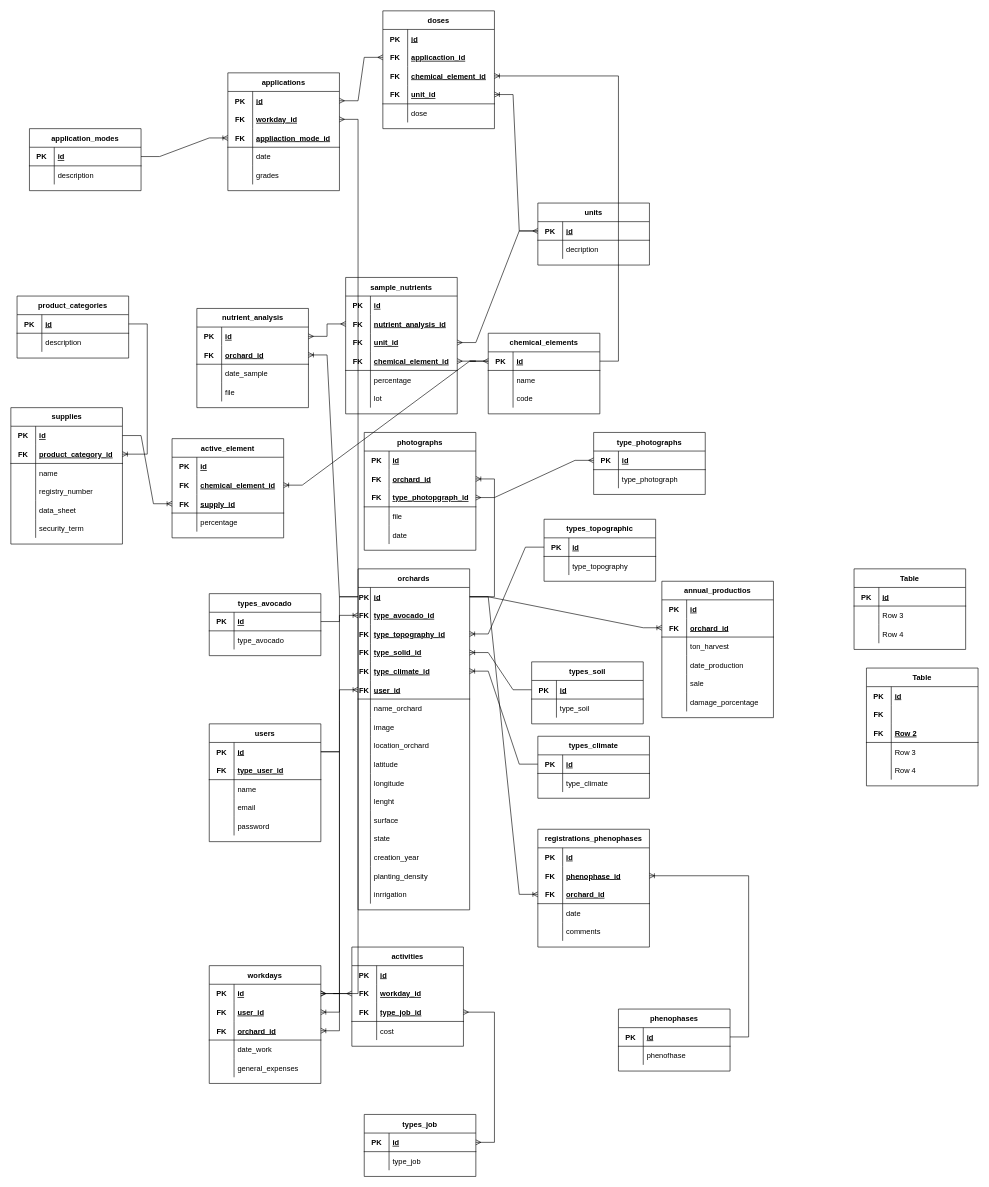
Above: dev_gestion:cultivos.drawio in harlock/Diagramas (draw.io), before the change. Source tidied: cells renumbered, new cells numbered last; positions are measured from the earlier drawing's top-left corner, leaving out a move shared by most shapes. Both pictures are drawn from the tidied source at 62%, with x=0, y=0 at pixel (11, 11).
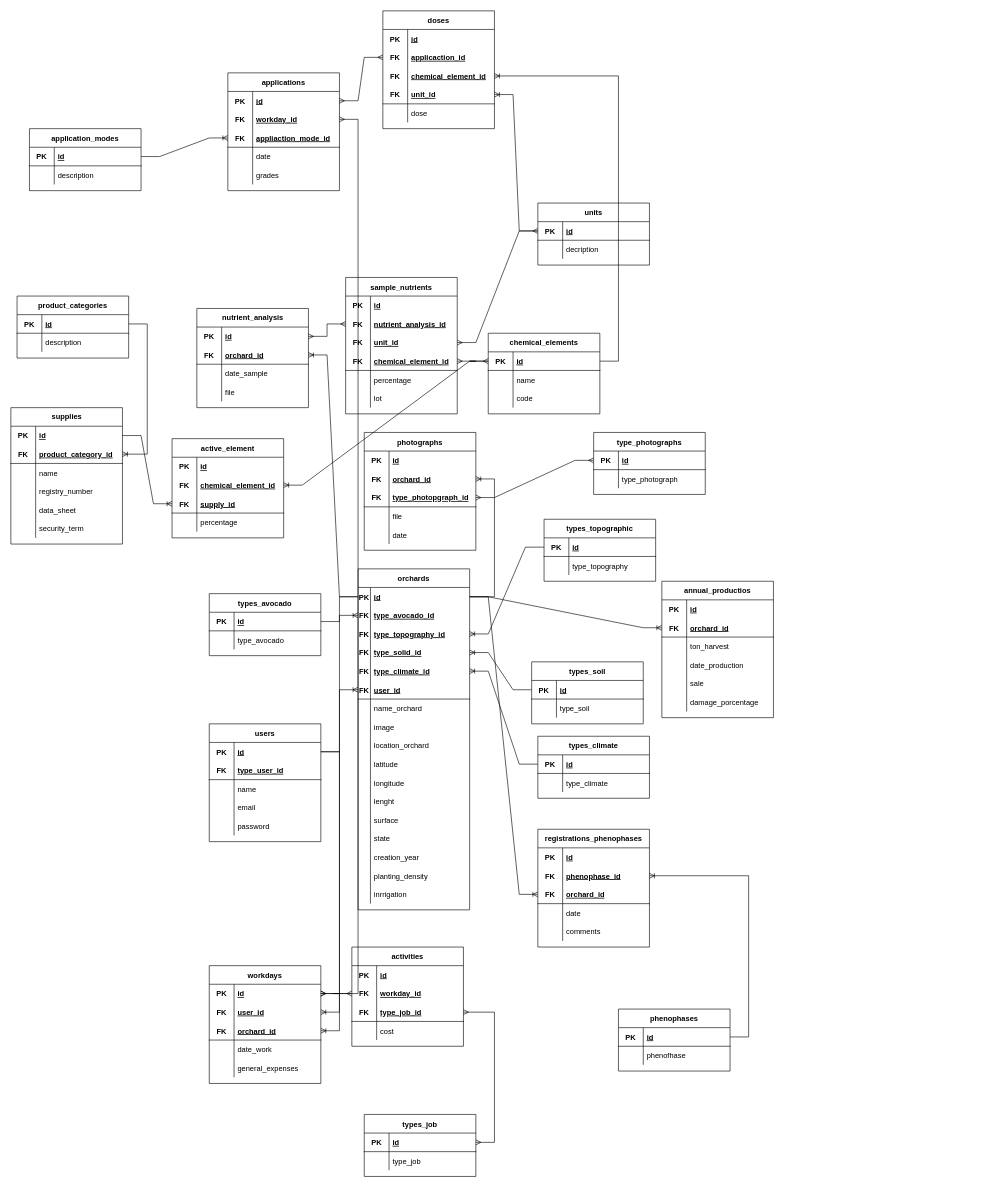
The same page after the edit.

Diff of the diagram source:
```diff
@@
-    <mxCell id="18" value="Table" style="shape=table;startSize=30;childLayout=tableLayout;rowLines=0;fontStyle=1;align=center;fontSize=12;verticalAlign=middle;spacing=0;spacingTop=0;" parent="1" vertex="1">
-      <mxGeometry x="1380" y="1060" width="180" height="190" as="geometry" />
-    </mxCell>
-    <mxCell id="19" style="shape=tableRow;horizontal=0;startSize=0;swimlaneHead=0;swimlaneBody=0;fillColor=none;top=0;left=0;right=0;bottom=0;fontSize=12;verticalAlign=middle;spacing=0;spacingTop=0;" parent="18" vertex="1">
-      <mxGeometry y="30" width="180" height="30" as="geometry" />
-    </mxCell>
-    <mxCell id="20" value="PK" style="shape=partialRectangle;fillColor=none;top=0;left=0;bottom=0;right=0;fontStyle=1;overflow=hidden;fontSize=12;verticalAlign=middle;spacing=0;spacingTop=0;" parent="19" vertex="1">
-      <mxGeometry width="40" height="30" as="geometry" />
-    </mxCell>
-    <mxCell id="21" value="id" style="shape=partialRectangle;fillColor=none;top=0;left=0;bottom=0;right=0;align=left;spacingLeft=6;fontStyle=5;overflow=hidden;fontSize=12;verticalAlign=middle;spacing=0;spacingTop=0;" parent="19" vertex="1">
-      <mxGeometry x="40" width="140" height="30" as="geometry" />
-    </mxCell>
-    <mxCell id="22" style="shape=tableRow;horizontal=0;startSize=0;swimlaneHead=0;swimlaneBody=0;fillColor=none;top=0;left=0;right=0;bottom=0;fontSize=12;verticalAlign=middle;spacing=0;spacingTop=0;" parent="18" vertex="1">
-      <mxGeometry y="60" width="180" height="30" as="geometry" />
-    </mxCell>
-    <mxCell id="23" value="FK" style="shape=partialRectangle;fillColor=none;top=0;left=0;bottom=0;right=0;fontStyle=1;overflow=hidden;fontSize=12;verticalAlign=middle;spacing=0;spacingTop=0;" parent="22" vertex="1">
-      <mxGeometry width="40" height="30" as="geometry" />
-    </mxCell>
-    <mxCell id="24" style="shape=partialRectangle;fillColor=none;top=0;left=0;bottom=0;right=0;align=left;spacingLeft=6;fontStyle=5;overflow=hidden;fontSize=12;verticalAlign=middle;spacing=0;spacingTop=0;" parent="22" vertex="1">
-      <mxGeometry x="40" width="140" height="30" as="geometry" />
-    </mxCell>
-    <mxCell id="25" style="shape=tableRow;horizontal=0;startSize=0;swimlaneHead=0;swimlaneBody=0;fillColor=none;top=0;left=0;right=0;bottom=1;fontSize=12;verticalAlign=middle;spacing=0;spacingTop=0;" parent="18" vertex="1">
-      <mxGeometry y="90" width="180" height="30" as="geometry" />
-    </mxCell>
-    <mxCell id="26" value="FK" style="shape=partialRectangle;fillColor=none;top=0;left=0;bottom=0;right=0;fontStyle=1;overflow=hidden;fontSize=12;verticalAlign=middle;spacing=0;spacingTop=0;" parent="25" vertex="1">
-      <mxGeometry width="40" height="30" as="geometry" />
-    </mxCell>
-    <mxCell id="27" value="Row 2" style="shape=partialRectangle;fillColor=none;top=0;left=0;bottom=0;right=0;align=left;spacingLeft=6;fontStyle=5;overflow=hidden;fontSize=12;verticalAlign=middle;spacing=0;spacingTop=0;" parent="25" vertex="1">
-      <mxGeometry x="40" width="140" height="30" as="geometry" />
-    </mxCell>
-    <mxCell id="28" style="shape=tableRow;horizontal=0;startSize=0;swimlaneHead=0;swimlaneBody=0;fillColor=none;top=0;left=0;right=0;bottom=0;fontSize=12;verticalAlign=middle;spacing=0;spacingTop=0;" parent="18" vertex="1">
-      <mxGeometry y="120" width="180" height="30" as="geometry" />
-    </mxCell>
-    <mxCell id="29" style="shape=partialRectangle;fillColor=none;top=0;left=0;bottom=0;right=0;overflow=hidden;fontSize=12;verticalAlign=middle;spacing=0;spacingTop=0;" parent="28" vertex="1">
-      <mxGeometry width="40" height="30" as="geometry" />
-    </mxCell>
-    <mxCell id="30" value="Row 3" style="shape=partialRectangle;fillColor=none;top=0;left=0;bottom=0;right=0;align=left;spacingLeft=6;overflow=hidden;fontSize=12;verticalAlign=middle;spacing=0;spacingTop=0;" parent="28" vertex="1">
-      <mxGeometry x="40" width="140" height="30" as="geometry" />
-    </mxCell>
-    <mxCell id="31" style="shape=tableRow;horizontal=0;startSize=0;swimlaneHead=0;swimlaneBody=0;fillColor=none;top=0;left=0;right=0;bottom=0;fontSize=12;verticalAlign=middle;spacing=0;spacingTop=0;" parent="18" vertex="1">
-      <mxGeometry y="150" width="180" height="30" as="geometry" />
-    </mxCell>
-    <mxCell id="32" style="shape=partialRectangle;fillColor=none;top=0;left=0;bottom=0;right=0;overflow=hidden;fontSize=12;verticalAlign=middle;spacing=0;spacingTop=0;" parent="31" vertex="1">
-      <mxGeometry width="40" height="30" as="geometry" />
-    </mxCell>
-    <mxCell id="33" value="Row 4" style="shape=partialRectangle;fillColor=none;top=0;left=0;bottom=0;right=0;align=left;spacingLeft=6;overflow=hidden;fontSize=12;verticalAlign=middle;spacing=0;spacingTop=0;" parent="31" vertex="1">
-      <mxGeometry x="40" width="140" height="30" as="geometry" />
-    </mxCell>
@@
-    <mxCell id="41" value="Table" style="shape=table;startSize=30;childLayout=tableLayout;rowLines=0;fontStyle=1;align=center;fontSize=12;verticalAlign=middle;spacing=0;spacingTop=0;" parent="1" vertex="1">
-      <mxGeometry x="1360" y="900" width="180" height="130" as="geometry" />
-    </mxCell>
-    <mxCell id="42" style="shape=tableRow;horizontal=0;startSize=0;swimlaneHead=0;swimlaneBody=0;fillColor=none;top=0;left=0;right=0;bottom=1;fontSize=12;verticalAlign=middle;spacing=0;spacingTop=0;" parent="41" vertex="1">
-      <mxGeometry y="30" width="180" height="30" as="geometry" />
-    </mxCell>
-    <mxCell id="43" value="PK" style="shape=partialRectangle;fillColor=none;top=0;left=0;bottom=0;right=0;fontStyle=1;overflow=hidden;fontSize=12;verticalAlign=middle;spacing=0;spacingTop=0;" parent="42" vertex="1">
-      <mxGeometry width="40" height="30" as="geometry" />
-    </mxCell>
-    <mxCell id="44" value="id" style="shape=partialRectangle;fillColor=none;top=0;left=0;bottom=0;right=0;align=left;spacingLeft=6;fontStyle=5;overflow=hidden;fontSize=12;verticalAlign=middle;spacing=0;spacingTop=0;" parent="42" vertex="1">
-      <mxGeometry x="40" width="140" height="30" as="geometry" />
-    </mxCell>
-    <mxCell id="45" style="shape=tableRow;horizontal=0;startSize=0;swimlaneHead=0;swimlaneBody=0;fillColor=none;top=0;left=0;right=0;bottom=0;fontSize=12;verticalAlign=middle;spacing=0;spacingTop=0;" parent="41" vertex="1">
-      <mxGeometry y="60" width="180" height="30" as="geometry" />
-    </mxCell>
-    <mxCell id="46" style="shape=partialRectangle;fillColor=none;top=0;left=0;bottom=0;right=0;overflow=hidden;fontSize=12;verticalAlign=middle;spacing=0;spacingTop=0;" parent="45" vertex="1">
-      <mxGeometry width="40" height="30" as="geometry" />
-    </mxCell>
-    <mxCell id="47" value="Row 3" style="shape=partialRectangle;fillColor=none;top=0;left=0;bottom=0;right=0;align=left;spacingLeft=6;overflow=hidden;fontSize=12;verticalAlign=middle;spacing=0;spacingTop=0;" parent="45" vertex="1">
-      <mxGeometry x="40" width="140" height="30" as="geometry" />
-    </mxCell>
-    <mxCell id="48" style="shape=tableRow;horizontal=0;startSize=0;swimlaneHead=0;swimlaneBody=0;fillColor=none;top=0;left=0;right=0;bottom=0;fontSize=12;verticalAlign=middle;spacing=0;spacingTop=0;" parent="41" vertex="1">
-      <mxGeometry y="90" width="180" height="30" as="geometry" />
-    </mxCell>
-    <mxCell id="49" style="shape=partialRectangle;fillColor=none;top=0;left=0;bottom=0;right=0;overflow=hidden;fontSize=12;verticalAlign=middle;spacing=0;spacingTop=0;" parent="48" vertex="1">
-      <mxGeometry width="40" height="30" as="geometry" />
-    </mxCell>
-    <mxCell id="50" value="Row 4" style="shape=partialRectangle;fillColor=none;top=0;left=0;bottom=0;right=0;align=left;spacingLeft=6;overflow=hidden;fontSize=12;verticalAlign=middle;spacing=0;spacingTop=0;" parent="48" vertex="1">
-      <mxGeometry x="40" width="140" height="30" as="geometry" />
-    </mxCell>
```
